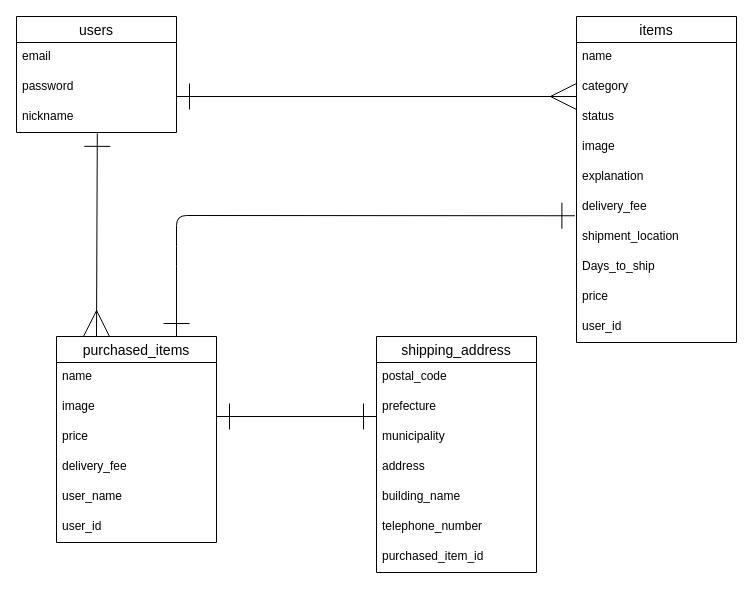
alouette3/furima-36759 keeps this draw.io diagram as test.dio. Above is the earlier version. Source tidied: cells renumbered, new cells numbered last; positions are measured from the earlier drawing's top-left corner, leaving out a move shared by most shapes. Both pictures are drawn from the tidied source at 100%, with x=0, y=0 at pixel (16, 16).
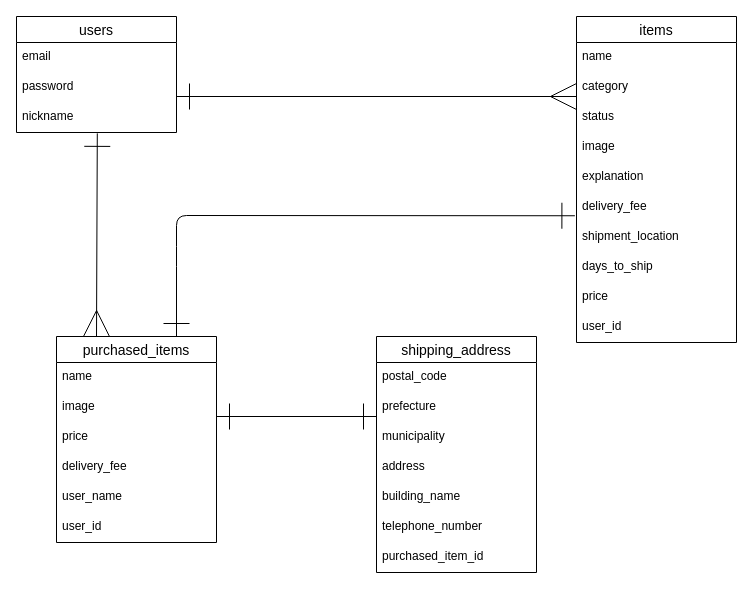
Above is the later version.

The change refers to these unchanged cells:
```xml
<mxCell id="9" value="items" style="swimlane;fontStyle=0;horizontal=1;startSize=26;align=center;fontSize=14;" parent="1" vertex="1">
  <mxGeometry x="560" width="160" height="326" as="geometry" />
</mxCell>
```

What changed in the source:
```diff
@@
-    <mxCell id="17" value="Days_to_ship" style="text;strokeColor=none;fillColor=none;spacingLeft=4;spacingRight=4;overflow=hidden;fontSize=12;" parent="9" vertex="1">
+    <mxCell id="17" value="days_to_ship" style="text;strokeColor=none;fillColor=none;spacingLeft=4;spacingRight=4;overflow=hidden;fontSize=12;" parent="9" vertex="1">
       <mxGeometry y="236" width="160" height="30" as="geometry" />
     </mxCell>
```
